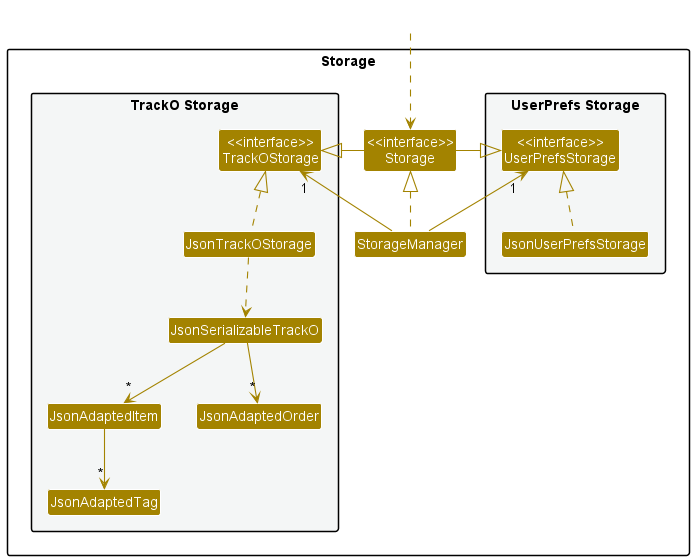
This is docs/images/developer-guide/StorageClassDiagram.png from nus-cs2103-AY2223S1/tp, a PlantUML export, as it was before one commit.
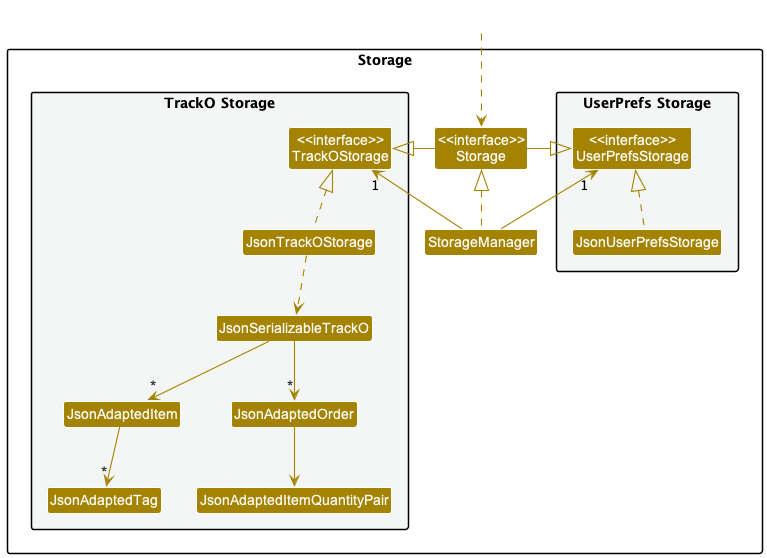
After the commit.

Diff of the diagram source:
```diff
@@ -20,6 +20,7 @@
 Class JsonSerializableTrackO
 Class JsonAdaptedItem
 Class JsonAdaptedOrder
+Class JsonAdaptedItemQuantityPair
 Class JsonAdaptedTag
 }
 
@@ -41,5 +42,6 @@
 JsonSerializableTrackO --> "*" JsonAdaptedOrder
 JsonSerializableTrackO --> "*" JsonAdaptedItem
 JsonAdaptedItem --> "*" JsonAdaptedTag
+JsonAdaptedOrder --> JsonAdaptedItemQuantityPair
 
 @enduml
```
